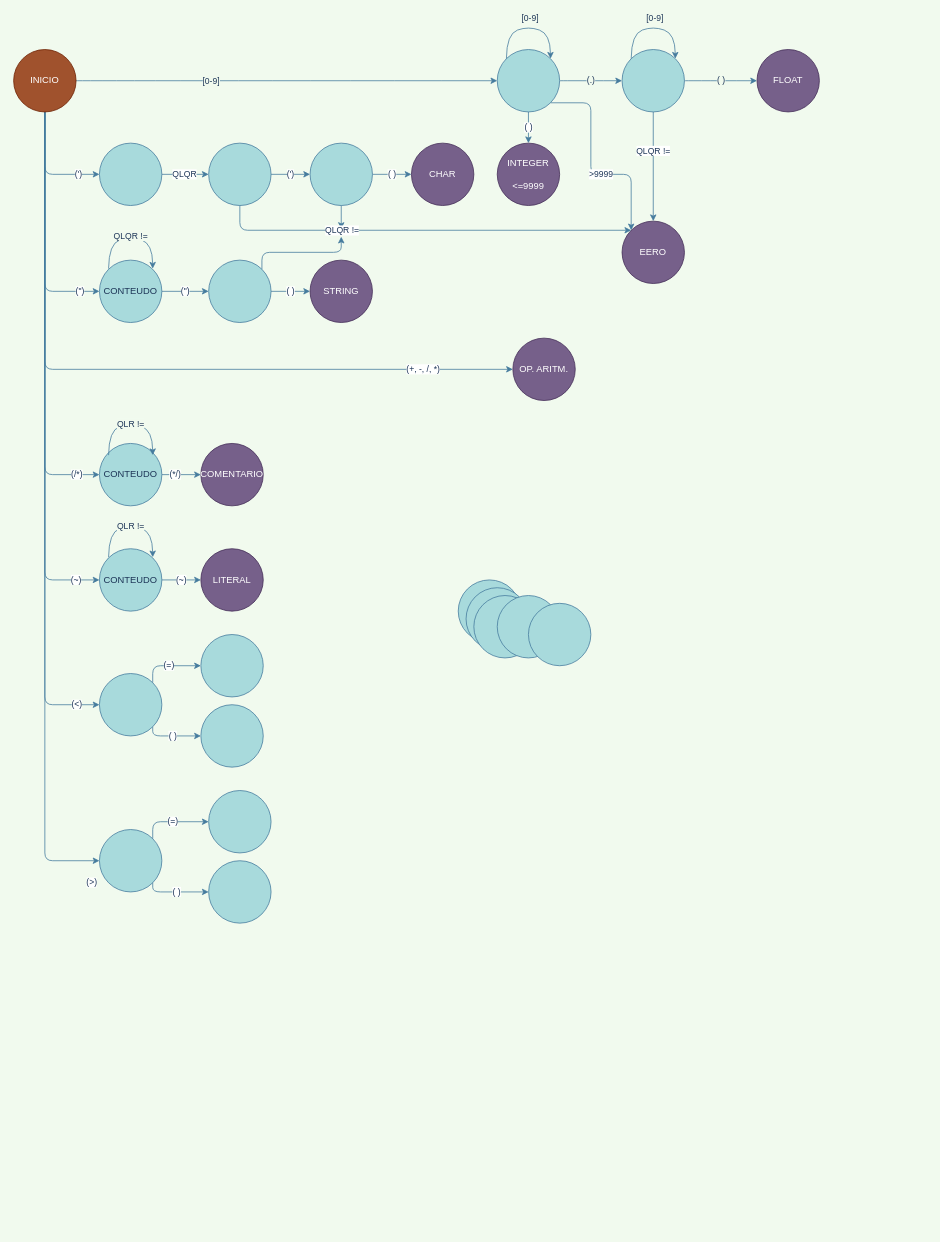
This is Untitled Diagram.drawio from V-Mihael/Hello-World, a draw.io file, before an edit. Source tidied: cells renumbered, new cells numbered last; positions are measured from the earlier drawing's top-left corner, leaving out a move shared by most shapes. Both pictures are drawn from the tidied source at 78%, with x=0, y=0 at pixel (13, 26).
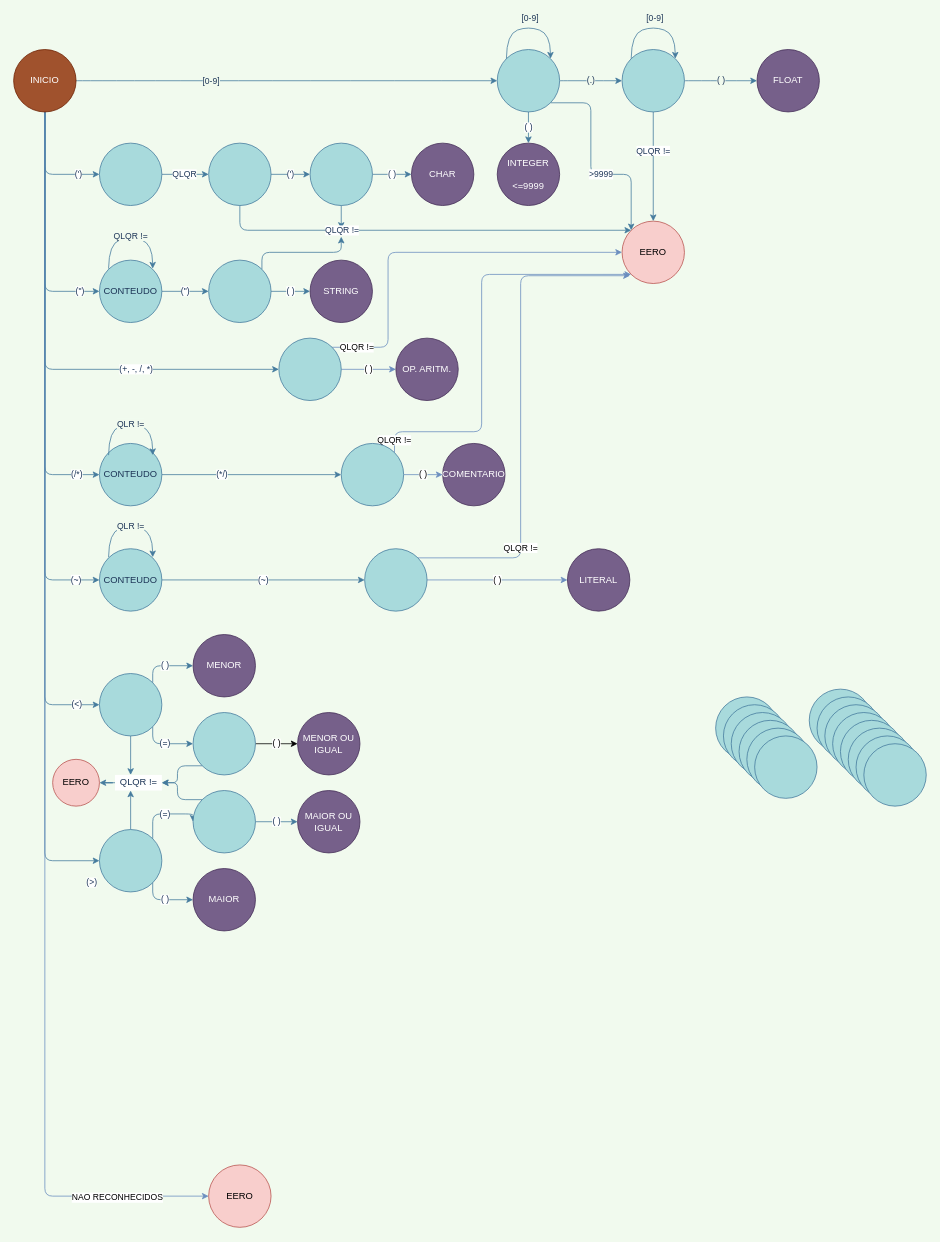
After the change.

The change refers to these unchanged cells:
```xml
<mxCell id="11" value="&lt;div&gt;INICIO&lt;/div&gt;" style="ellipse;whiteSpace=wrap;html=1;fillColor=#a0522d;strokeColor=#6D1F00;direction=south;fontColor=#ffffff;rounded=1;" parent="1" vertex="1">
  <mxGeometry y="30" width="80" height="80" as="geometry" />
</mxCell>
<mxCell id="40" style="ellipse;whiteSpace=wrap;html=1;rounded=1;strokeColor=#457B9D;fillColor=#A8DADC;fontColor=#1D3557;" parent="1" vertex="1">
  <mxGeometry x="110" y="1030" width="80" height="80" as="geometry" />
</mxCell>
<mxCell id="43" style="ellipse;whiteSpace=wrap;html=1;rounded=1;strokeColor=#457B9D;fillColor=#A8DADC;fontColor=#1D3557;" parent="1" vertex="1">
  <mxGeometry x="110" y="830" width="80" height="80" as="geometry" />
</mxCell>
<mxCell id="46" value="CONTEUDO" style="ellipse;whiteSpace=wrap;html=1;rounded=1;strokeColor=#457B9D;fillColor=#A8DADC;fontColor=#1D3557;" parent="1" vertex="1">
  <mxGeometry x="110" y="670" width="80" height="80" as="geometry" />
</mxCell>
<mxCell id="53" value="CONTEUDO" style="ellipse;whiteSpace=wrap;html=1;rounded=1;strokeColor=#457B9D;fillColor=#A8DADC;fontColor=#1D3557;" parent="1" vertex="1">
  <mxGeometry x="110" y="535" width="80" height="80" as="geometry" />
</mxCell>
```

Diff of the diagram source:
```diff
@@
-    <mxCell id="6" value="(+, -, /, *)" style="edgeStyle=orthogonalEdgeStyle;curved=0;rounded=1;sketch=0;jettySize=auto;html=1;entryX=0;entryY=0.5;entryDx=0;entryDy=0;strokeColor=#457B9D;fillColor=#A8DADC;fontColor=#1D3557;" parent="1" edge="1" source="11" target="51">
-      <mxGeometry x="0.71" y="20" relative="1" as="geometry">
+    <mxCell id="6" value="(+, -, /, *)" style="edgeStyle=orthogonalEdgeStyle;curved=0;rounded=1;sketch=0;jettySize=auto;html=1;strokeColor=#457B9D;fillColor=#A8DADC;fontColor=#1D3557;entryX=0;entryY=0.5;entryDx=0;entryDy=0;" parent="1" edge="1" source="11" target="61">
+      <mxGeometry x="0.42" relative="1" as="geometry">
         <Array as="points">
           <mxPoint x="40" y="440" />
         </Array>
-        <mxPoint x="20" y="20" as="offset" />
       </mxGeometry>
     </mxCell>
@@
+    <mxCell id="68" style="edgeStyle=orthogonalEdgeStyle;rounded=1;jettySize=auto;html=1;entryX=0;entryY=0.5;entryDx=0;entryDy=0;fillColor=#dae8fc;strokeColor=#6c8ebf;" parent="1" edge="1" source="11" target="96">
+      <mxGeometry relative="1" as="geometry">
+        <Array as="points">
+          <mxPoint x="40" y="1500" />
+        </Array>
+      </mxGeometry>
+    </mxCell>
+    <mxCell id="69" value="NAO RECONHECIDOS" style="edgeLabel;html=1;align=center;verticalAlign=middle;" parent="68" vertex="1">
+      <mxGeometry x="0.74" y="73" relative="1" as="geometry">
+        <mxPoint x="90" y="74" as="offset" />
+      </mxGeometry>
+    </mxCell>
@@
-    <mxCell id="28" value="EERO" style="ellipse;whiteSpace=wrap;html=1;fillColor=#76608a;strokeColor=#432D57;fontColor=#ffffff;rounded=1;" parent="1" vertex="1">
+    <mxCell id="28" value="EERO" style="ellipse;whiteSpace=wrap;html=1;fillColor=#f8cecc;strokeColor=#b85450;rounded=1;" parent="1" vertex="1">
       <mxGeometry x="780" y="250" width="80" height="80" as="geometry" />
     </mxCell>
@@
     <mxCell id="38" style="ellipse;whiteSpace=wrap;html=1;rounded=1;strokeColor=#457B9D;fillColor=#A8DADC;fontColor=#1D3557;" parent="1" vertex="1">
-      <mxGeometry x="570" y="710" width="80" height="80" as="geometry" />
+      <mxGeometry x="1020" y="850" width="80" height="80" as="geometry" />
     </mxCell>
     <mxCell id="39" value="LITERAL" style="ellipse;whiteSpace=wrap;html=1;rounded=1;strokeColor=#432D57;fillColor=#76608a;fontColor=#ffffff;" parent="1" vertex="1">
-      <mxGeometry x="240" y="670" width="80" height="80" as="geometry" />
+      <mxGeometry x="710" y="670" width="80" height="80" as="geometry" />
     </mxCell>
+    <mxCell id="70" style="edgeStyle=orthogonalEdgeStyle;curved=0;rounded=1;sketch=0;jettySize=auto;html=1;entryX=0.333;entryY=1;entryDx=0;entryDy=0;entryPerimeter=0;strokeColor=#457B9D;fillColor=#A8DADC;fontColor=#1D3557;" parent="1" edge="1" source="40" target="100">
+      <mxGeometry relative="1" as="geometry" />
+    </mxCell>
@@
-    <mxCell id="41" value="(=)" style="edgeStyle=orthogonalEdgeStyle;curved=0;rounded=1;sketch=0;jettySize=auto;html=1;exitX=1;exitY=0;exitDx=0;exitDy=0;entryX=0;entryY=0.5;entryDx=0;entryDy=0;strokeColor=#457B9D;fillColor=#A8DADC;fontColor=#1D3557;" parent="1" edge="1" source="43" target="63">
+    <mxCell id="41" value="(=)" style="edgeStyle=orthogonalEdgeStyle;curved=0;rounded=1;sketch=0;jettySize=auto;html=1;exitX=1;exitY=1;exitDx=0;exitDy=0;entryX=0;entryY=0.5;entryDx=0;entryDy=0;strokeColor=#457B9D;fillColor=#A8DADC;fontColor=#1D3557;" parent="1" edge="1" source="43" target="63">
       <mxGeometry relative="1" as="geometry">
         <Array as="points">
-          <mxPoint x="178" y="820" />
+          <mxPoint x="178" y="920" />
         </Array>
       </mxGeometry>
     </mxCell>
-    <mxCell id="42" value="( )" style="edgeStyle=orthogonalEdgeStyle;curved=0;rounded=1;sketch=0;jettySize=auto;html=1;exitX=1;exitY=1;exitDx=0;exitDy=0;entryX=0;entryY=0.5;entryDx=0;entryDy=0;strokeColor=#457B9D;fillColor=#A8DADC;fontColor=#1D3557;" parent="1" edge="1" source="43" target="62">
+    <mxCell id="42" value="( )" style="edgeStyle=orthogonalEdgeStyle;curved=0;rounded=1;sketch=0;jettySize=auto;html=1;exitX=1;exitY=0;exitDx=0;exitDy=0;strokeColor=#457B9D;fillColor=#A8DADC;fontColor=#1D3557;entryX=0;entryY=0.5;entryDx=0;entryDy=0;" parent="1" edge="1" source="43" target="97">
       <mxGeometry relative="1" as="geometry">
         <Array as="points">
-          <mxPoint x="178" y="910" />
+          <mxPoint x="178" y="820" />
         </Array>
       </mxGeometry>
     </mxCell>
+    <mxCell id="71" style="edgeStyle=orthogonalEdgeStyle;curved=0;rounded=1;sketch=0;jettySize=auto;html=1;entryX=0.333;entryY=0;entryDx=0;entryDy=0;entryPerimeter=0;strokeColor=#457B9D;fillColor=#A8DADC;fontColor=#1D3557;" parent="1" edge="1" source="43" target="100">
+      <mxGeometry relative="1" as="geometry" />
+    </mxCell>
@@
-    <mxCell id="45" value="(~)" style="edgeStyle=orthogonalEdgeStyle;curved=0;rounded=1;sketch=0;jettySize=auto;html=1;strokeColor=#457B9D;fillColor=#A8DADC;fontColor=#1D3557;" parent="1" edge="1" source="46" target="39">
+    <mxCell id="45" value="(~)" style="edgeStyle=orthogonalEdgeStyle;curved=0;rounded=1;sketch=0;jettySize=auto;html=1;strokeColor=#457B9D;fillColor=#A8DADC;fontColor=#1D3557;entryX=0;entryY=0.5;entryDx=0;entryDy=0;" parent="1" edge="1" source="46" target="59">
       <mxGeometry relative="1" as="geometry" />
     </mxCell>
@@
     <mxCell id="47" value="COMENTARIO" style="ellipse;whiteSpace=wrap;html=1;rounded=1;strokeColor=#432D57;fillColor=#76608a;fontColor=#ffffff;" parent="1" vertex="1">
-      <mxGeometry x="240" y="535" width="80" height="80" as="geometry" />
+      <mxGeometry x="550" y="535" width="80" height="80" as="geometry" />
     </mxCell>
@@
     <mxCell id="51" value="OP. ARITM." style="ellipse;whiteSpace=wrap;html=1;rounded=1;strokeColor=#432D57;fillColor=#76608a;fontColor=#ffffff;" parent="1" vertex="1">
-      <mxGeometry x="640" y="400" width="80" height="80" as="geometry" />
+      <mxGeometry x="490" y="400" width="80" height="80" as="geometry" />
     </mxCell>
-    <mxCell id="52" value="(*/)" style="edgeStyle=orthogonalEdgeStyle;curved=0;rounded=1;sketch=0;jettySize=auto;html=1;entryX=0;entryY=0.5;entryDx=0;entryDy=0;strokeColor=#457B9D;fillColor=#A8DADC;fontColor=#1D3557;" parent="1" edge="1" source="53" target="47">
+    <mxCell id="52" value="(*/)" style="edgeStyle=orthogonalEdgeStyle;curved=0;rounded=1;sketch=0;jettySize=auto;html=1;strokeColor=#457B9D;fillColor=#A8DADC;fontColor=#1D3557;entryX=0;entryY=0.5;entryDx=0;entryDy=0;" parent="1" edge="1" source="53" target="60">
       <mxGeometry x="-0.33" relative="1" as="geometry" />
     </mxCell>
@@
     <mxCell id="58" style="ellipse;whiteSpace=wrap;html=1;rounded=1;strokeColor=#457B9D;fillColor=#A8DADC;fontColor=#1D3557;" parent="1" vertex="1">
-      <mxGeometry x="580" y="720" width="80" height="80" as="geometry" />
+      <mxGeometry x="900" y="860" width="80" height="80" as="geometry" />
     </mxCell>
+    <mxCell id="72" value="( )" style="edgeStyle=orthogonalEdgeStyle;rounded=1;jettySize=auto;html=1;exitX=1;exitY=0.5;exitDx=0;exitDy=0;entryX=0;entryY=0.5;entryDx=0;entryDy=0;fillColor=#dae8fc;strokeColor=#6c8ebf;" parent="1" edge="1" source="59" target="39">
+      <mxGeometry relative="1" as="geometry" />
+    </mxCell>
+    <mxCell id="73" value="&lt;div&gt;QLQR !=&lt;/div&gt;" style="edgeStyle=orthogonalEdgeStyle;rounded=1;jettySize=auto;html=1;exitX=1;exitY=0;exitDx=0;exitDy=0;fillColor=#dae8fc;strokeColor=#6c8ebf;" parent="1" edge="1" source="59">
+      <mxGeometry x="-0.58" y="12" relative="1" as="geometry">
+        <mxPoint x="790" y="320" as="targetPoint" />
+        <Array as="points">
+          <mxPoint x="650" y="682" />
+          <mxPoint x="650" y="320" />
+        </Array>
+        <mxPoint x="12" y="-11" as="offset" />
+      </mxGeometry>
+    </mxCell>
     <mxCell id="59" style="ellipse;whiteSpace=wrap;html=1;rounded=1;strokeColor=#457B9D;fillColor=#A8DADC;fontColor=#1D3557;" parent="1" vertex="1">
-      <mxGeometry x="590" y="730" width="80" height="80" as="geometry" />
+      <mxGeometry x="450" y="670" width="80" height="80" as="geometry" />
     </mxCell>
+    <mxCell id="74" value="( )" style="edgeStyle=orthogonalEdgeStyle;rounded=1;jettySize=auto;html=1;fillColor=#dae8fc;strokeColor=#6c8ebf;" parent="1" edge="1" source="60" target="47">
+      <mxGeometry relative="1" as="geometry" />
+    </mxCell>
+    <mxCell id="75" value="&lt;div&gt;QLQR !=&lt;/div&gt;" style="edgeStyle=orthogonalEdgeStyle;rounded=1;jettySize=auto;html=1;exitX=1;exitY=0;exitDx=0;exitDy=0;entryX=0;entryY=1;entryDx=0;entryDy=0;fillColor=#dae8fc;strokeColor=#6c8ebf;" parent="1" edge="1" source="60" target="28">
+      <mxGeometry x="-0.94" relative="1" as="geometry">
+        <Array as="points">
+          <mxPoint x="488" y="520" />
+          <mxPoint x="600" y="520" />
+          <mxPoint x="600" y="318" />
+        </Array>
+      </mxGeometry>
+    </mxCell>
     <mxCell id="60" style="ellipse;whiteSpace=wrap;html=1;rounded=1;strokeColor=#457B9D;fillColor=#A8DADC;fontColor=#1D3557;" parent="1" vertex="1">
-      <mxGeometry x="620" y="730" width="80" height="80" as="geometry" />
+      <mxGeometry x="420" y="535" width="80" height="80" as="geometry" />
     </mxCell>
+    <mxCell id="76" value="&lt;div&gt;( )&lt;/div&gt;" style="edgeStyle=orthogonalEdgeStyle;rounded=0;jettySize=auto;html=1;entryX=0;entryY=0.5;entryDx=0;entryDy=0;fillColor=#dae8fc;strokeColor=#6c8ebf;" parent="1" edge="1" source="61" target="51">
+      <mxGeometry relative="1" as="geometry" />
+    </mxCell>
+    <mxCell id="77" value="&lt;div&gt;QLQR !=&lt;/div&gt;" style="edgeStyle=orthogonalEdgeStyle;jettySize=auto;html=1;fillColor=#dae8fc;strokeColor=#6c8ebf;entryX=0;entryY=0.5;entryDx=0;entryDy=0;exitX=1;exitY=0;exitDx=0;exitDy=0;rounded=1;" parent="1" edge="1" source="61" target="28">
+      <mxGeometry x="-0.87" relative="1" as="geometry">
+        <Array as="points">
+          <mxPoint x="480" y="412" />
+          <mxPoint x="480" y="290" />
+        </Array>
+      </mxGeometry>
+    </mxCell>
     <mxCell id="61" style="ellipse;whiteSpace=wrap;html=1;rounded=1;strokeColor=#457B9D;fillColor=#A8DADC;fontColor=#1D3557;" parent="1" vertex="1">
-      <mxGeometry x="660" y="740" width="80" height="80" as="geometry" />
+      <mxGeometry x="340" y="400" width="80" height="80" as="geometry" />
     </mxCell>
-    <mxCell id="62" style="ellipse;whiteSpace=wrap;html=1;rounded=1;strokeColor=#457B9D;fillColor=#A8DADC;fontColor=#1D3557;" parent="1" vertex="1">
-      <mxGeometry x="240" y="870" width="80" height="80" as="geometry" />
-    </mxCell>
+    <mxCell id="78" value="( )" style="edgeStyle=orthogonalEdgeStyle;rounded=1;jettySize=auto;html=1;" parent="1" edge="1" source="63" target="93">
+      <mxGeometry relative="1" as="geometry" />
+    </mxCell>
+    <mxCell id="79" style="edgeStyle=orthogonalEdgeStyle;curved=0;rounded=1;sketch=0;jettySize=auto;html=1;exitX=0;exitY=1;exitDx=0;exitDy=0;strokeColor=#457B9D;fillColor=#A8DADC;fontColor=#1D3557;" parent="1" edge="1" source="63" target="100">
+      <mxGeometry relative="1" as="geometry" />
+    </mxCell>
     <mxCell id="63" style="ellipse;whiteSpace=wrap;html=1;rounded=1;strokeColor=#457B9D;fillColor=#A8DADC;fontColor=#1D3557;" parent="1" vertex="1">
-      <mxGeometry x="240" y="780" width="80" height="80" as="geometry" />
+      <mxGeometry x="230" y="880" width="80" height="80" as="geometry" />
     </mxCell>
-    <mxCell id="64" value="(=)" style="edgeStyle=orthogonalEdgeStyle;curved=0;rounded=1;sketch=0;jettySize=auto;html=1;exitX=1;exitY=0;exitDx=0;exitDy=0;entryX=0;entryY=0.5;entryDx=0;entryDy=0;strokeColor=#457B9D;fillColor=#A8DADC;fontColor=#1D3557;" parent="1" edge="1" target="67">
+    <mxCell id="64" value="(=)" style="edgeStyle=orthogonalEdgeStyle;curved=0;rounded=1;sketch=0;jettySize=auto;html=1;entryX=0;entryY=0.5;entryDx=0;entryDy=0;strokeColor=#457B9D;fillColor=#A8DADC;fontColor=#1D3557;exitX=1;exitY=0;exitDx=0;exitDy=0;" parent="1" edge="1" source="40" target="67">
       <mxGeometry relative="1" as="geometry">
-        <mxPoint x="178.3" y="1041.7" as="sourcePoint" />
         <Array as="points">
-          <mxPoint x="178" y="1020" />
+          <mxPoint x="178" y="1010" />
+          <mxPoint x="230" y="1010" />
         </Array>
       </mxGeometry>
     </mxCell>
-    <mxCell id="65" value="( )" style="edgeStyle=orthogonalEdgeStyle;curved=0;rounded=1;sketch=0;jettySize=auto;html=1;exitX=1;exitY=1;exitDx=0;exitDy=0;entryX=0;entryY=0.5;entryDx=0;entryDy=0;strokeColor=#457B9D;fillColor=#A8DADC;fontColor=#1D3557;" parent="1" edge="1" target="66">
+    <mxCell id="65" value="( )" style="edgeStyle=orthogonalEdgeStyle;curved=0;rounded=1;sketch=0;jettySize=auto;html=1;entryX=0;entryY=0.5;entryDx=0;entryDy=0;strokeColor=#457B9D;fillColor=#A8DADC;fontColor=#1D3557;exitX=1;exitY=1;exitDx=0;exitDy=0;" parent="1" edge="1" source="40" target="66">
       <mxGeometry relative="1" as="geometry">
-        <mxPoint x="178.3" y="1098.3" as="sourcePoint" />
         <Array as="points">
-          <mxPoint x="178" y="1110" />
+          <mxPoint x="178" y="1120" />
         </Array>
       </mxGeometry>
     </mxCell>
-    <mxCell id="66" style="ellipse;whiteSpace=wrap;html=1;rounded=1;strokeColor=#457B9D;fillColor=#A8DADC;fontColor=#1D3557;" parent="1" vertex="1">
-      <mxGeometry x="250" y="1070" width="80" height="80" as="geometry" />
+    <mxCell id="66" value="&lt;div&gt;MAIOR&lt;/div&gt;" style="ellipse;whiteSpace=wrap;html=1;rounded=1;strokeColor=#432D57;fillColor=#76608a;fontColor=#ffffff;" parent="1" vertex="1">
+      <mxGeometry x="230" y="1080" width="80" height="80" as="geometry" />
     </mxCell>
+    <mxCell id="80" value="( )" style="edgeStyle=orthogonalEdgeStyle;curved=0;rounded=1;sketch=0;jettySize=auto;html=1;entryX=0;entryY=0.5;entryDx=0;entryDy=0;strokeColor=#457B9D;fillColor=#A8DADC;fontColor=#1D3557;" parent="1" edge="1" source="67" target="95">
+      <mxGeometry relative="1" as="geometry" />
+    </mxCell>
+    <mxCell id="81" style="edgeStyle=orthogonalEdgeStyle;curved=0;rounded=1;sketch=0;jettySize=auto;html=1;exitX=0;exitY=0;exitDx=0;exitDy=0;strokeColor=#457B9D;fillColor=#A8DADC;fontColor=#1D3557;" parent="1" edge="1" source="67" target="100">
+      <mxGeometry relative="1" as="geometry" />
+    </mxCell>
     <mxCell id="67" style="ellipse;whiteSpace=wrap;html=1;rounded=1;strokeColor=#457B9D;fillColor=#A8DADC;fontColor=#1D3557;" parent="1" vertex="1">
-      <mxGeometry x="250" y="980" width="80" height="80" as="geometry" />
+      <mxGeometry x="230" y="980" width="80" height="80" as="geometry" />
     </mxCell>
+    <mxCell id="82" style="ellipse;whiteSpace=wrap;html=1;rounded=1;strokeColor=#457B9D;fillColor=#A8DADC;fontColor=#1D3557;" parent="1" vertex="1">
+      <mxGeometry x="1030" y="860" width="80" height="80" as="geometry" />
+    </mxCell>
+    <mxCell id="83" style="ellipse;whiteSpace=wrap;html=1;rounded=1;strokeColor=#457B9D;fillColor=#A8DADC;fontColor=#1D3557;" parent="1" vertex="1">
+      <mxGeometry x="910" y="870" width="80" height="80" as="geometry" />
+    </mxCell>
+    <mxCell id="84" style="ellipse;whiteSpace=wrap;html=1;rounded=1;strokeColor=#457B9D;fillColor=#A8DADC;fontColor=#1D3557;" parent="1" vertex="1">
+      <mxGeometry x="1040" y="870" width="80" height="80" as="geometry" />
+    </mxCell>
+    <mxCell id="85" style="ellipse;whiteSpace=wrap;html=1;rounded=1;strokeColor=#457B9D;fillColor=#A8DADC;fontColor=#1D3557;" parent="1" vertex="1">
+      <mxGeometry x="920" y="880" width="80" height="80" as="geometry" />
+    </mxCell>
+    <mxCell id="86" style="ellipse;whiteSpace=wrap;html=1;rounded=1;strokeColor=#457B9D;fillColor=#A8DADC;fontColor=#1D3557;" parent="1" vertex="1">
+      <mxGeometry x="1050" y="880" width="80" height="80" as="geometry" />
+    </mxCell>
+    <mxCell id="87" style="ellipse;whiteSpace=wrap;html=1;rounded=1;strokeColor=#457B9D;fillColor=#A8DADC;fontColor=#1D3557;" parent="1" vertex="1">
+      <mxGeometry x="930" y="890" width="80" height="80" as="geometry" />
+    </mxCell>
+    <mxCell id="88" style="ellipse;whiteSpace=wrap;html=1;rounded=1;strokeColor=#457B9D;fillColor=#A8DADC;fontColor=#1D3557;" parent="1" vertex="1">
+      <mxGeometry x="1060" y="890" width="80" height="80" as="geometry" />
+    </mxCell>
+    <mxCell id="89" style="ellipse;whiteSpace=wrap;html=1;rounded=1;strokeColor=#457B9D;fillColor=#A8DADC;fontColor=#1D3557;" parent="1" vertex="1">
+      <mxGeometry x="940" y="900" width="80" height="80" as="geometry" />
+    </mxCell>
+    <mxCell id="90" style="ellipse;whiteSpace=wrap;html=1;rounded=1;strokeColor=#457B9D;fillColor=#A8DADC;fontColor=#1D3557;" parent="1" vertex="1">
+      <mxGeometry x="1070" y="900" width="80" height="80" as="geometry" />
+    </mxCell>
+    <mxCell id="91" style="ellipse;whiteSpace=wrap;html=1;rounded=1;strokeColor=#457B9D;fillColor=#A8DADC;fontColor=#1D3557;" parent="1" vertex="1">
+      <mxGeometry x="950" y="910" width="80" height="80" as="geometry" />
+    </mxCell>
+    <mxCell id="92" style="ellipse;whiteSpace=wrap;html=1;rounded=1;strokeColor=#457B9D;fillColor=#A8DADC;fontColor=#1D3557;" parent="1" vertex="1">
+      <mxGeometry x="1080" y="910" width="80" height="80" as="geometry" />
+    </mxCell>
+    <mxCell id="93" value="MENOR OU IGUAL" style="ellipse;whiteSpace=wrap;html=1;rounded=1;strokeColor=#432D57;fillColor=#76608a;fontColor=#ffffff;" parent="1" vertex="1">
+      <mxGeometry x="364" y="880" width="80" height="80" as="geometry" />
+    </mxCell>
+    <mxCell id="94" style="ellipse;whiteSpace=wrap;html=1;rounded=1;strokeColor=#457B9D;fillColor=#A8DADC;fontColor=#1D3557;" parent="1" vertex="1">
+      <mxGeometry x="1090" y="920" width="80" height="80" as="geometry" />
+    </mxCell>
+    <mxCell id="95" value="MAIOR OU IGUAL" style="ellipse;whiteSpace=wrap;html=1;rounded=1;strokeColor=#432D57;fillColor=#76608a;fontColor=#ffffff;" parent="1" vertex="1">
+      <mxGeometry x="364" y="980" width="80" height="80" as="geometry" />
+    </mxCell>
+    <mxCell id="96" value="EERO" style="ellipse;whiteSpace=wrap;html=1;fillColor=#f8cecc;strokeColor=#b85450;rounded=1;" parent="1" vertex="1">
+      <mxGeometry x="250" y="1460" width="80" height="80" as="geometry" />
+    </mxCell>
+    <mxCell id="97" value="&lt;div&gt;MENOR&lt;/div&gt;" style="ellipse;whiteSpace=wrap;html=1;rounded=1;strokeColor=#432D57;fillColor=#76608a;fontColor=#ffffff;" parent="1" vertex="1">
+      <mxGeometry x="230" y="780" width="80" height="80" as="geometry" />
+    </mxCell>
+    <mxCell id="98" value="EERO" style="ellipse;whiteSpace=wrap;html=1;fillColor=#f8cecc;strokeColor=#b85450;rounded=1;" parent="1" vertex="1">
+      <mxGeometry x="50" y="940" width="60" height="60" as="geometry" />
+    </mxCell>
+    <mxCell id="99" style="edgeStyle=orthogonalEdgeStyle;curved=0;rounded=1;sketch=0;jettySize=auto;html=1;strokeColor=#457B9D;fillColor=#A8DADC;fontColor=#1D3557;" parent="1" edge="1" source="100" target="98">
+      <mxGeometry relative="1" as="geometry" />
+    </mxCell>
+    <mxCell id="100" value="&lt;div&gt;QLQR !=&lt;/div&gt;" style="text;html=1;align=center;verticalAlign=middle;points=[];fontColor=#1D3557;fillColor=#ffffff;" parent="1" vertex="1">
+      <mxGeometry x="130" y="960" width="60" height="20" as="geometry" />
+    </mxCell>
```
